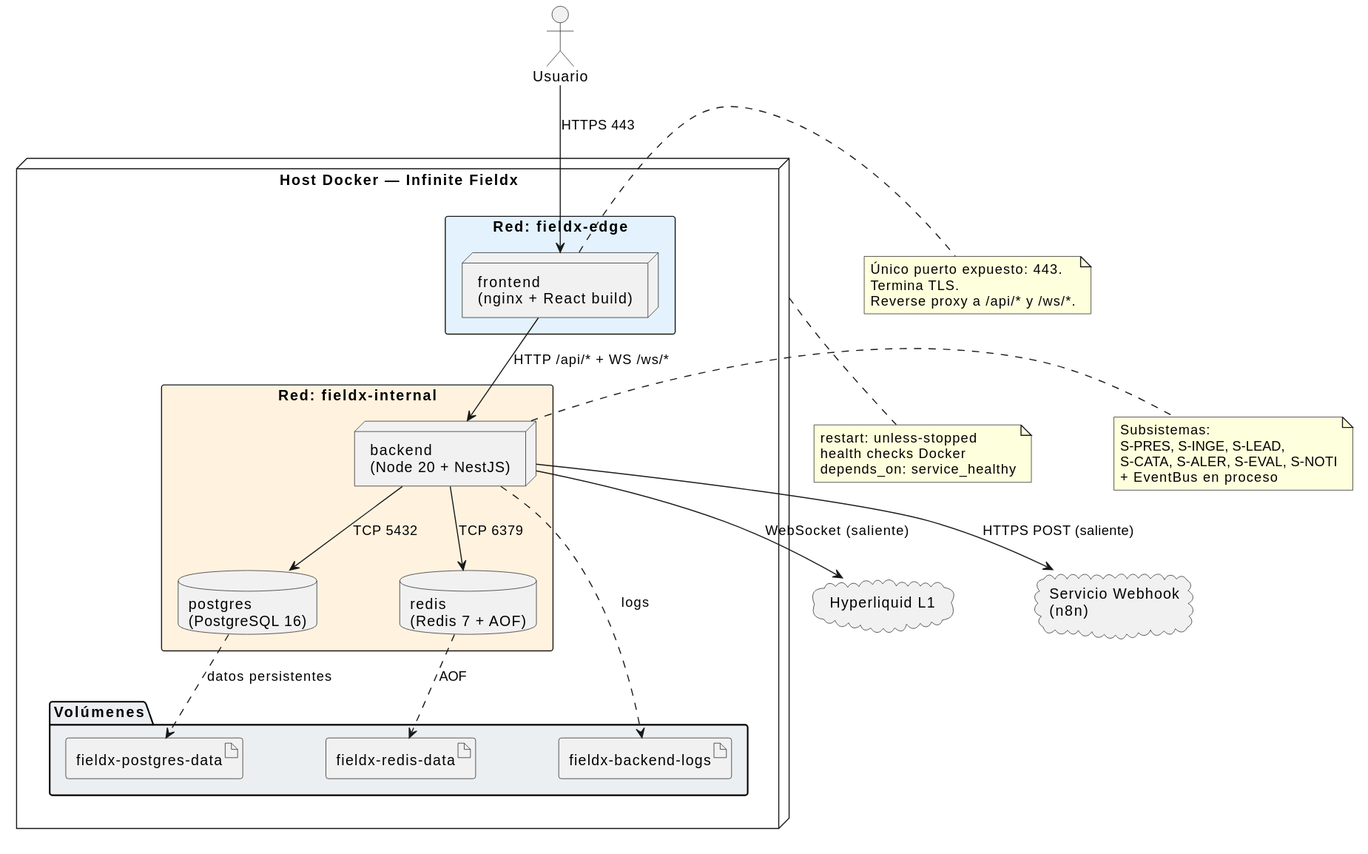
Before: imagenes/capitulo3/diseno-despliegue.svg, a diagram exported from PlantUML (nekiiiiis/tfg).
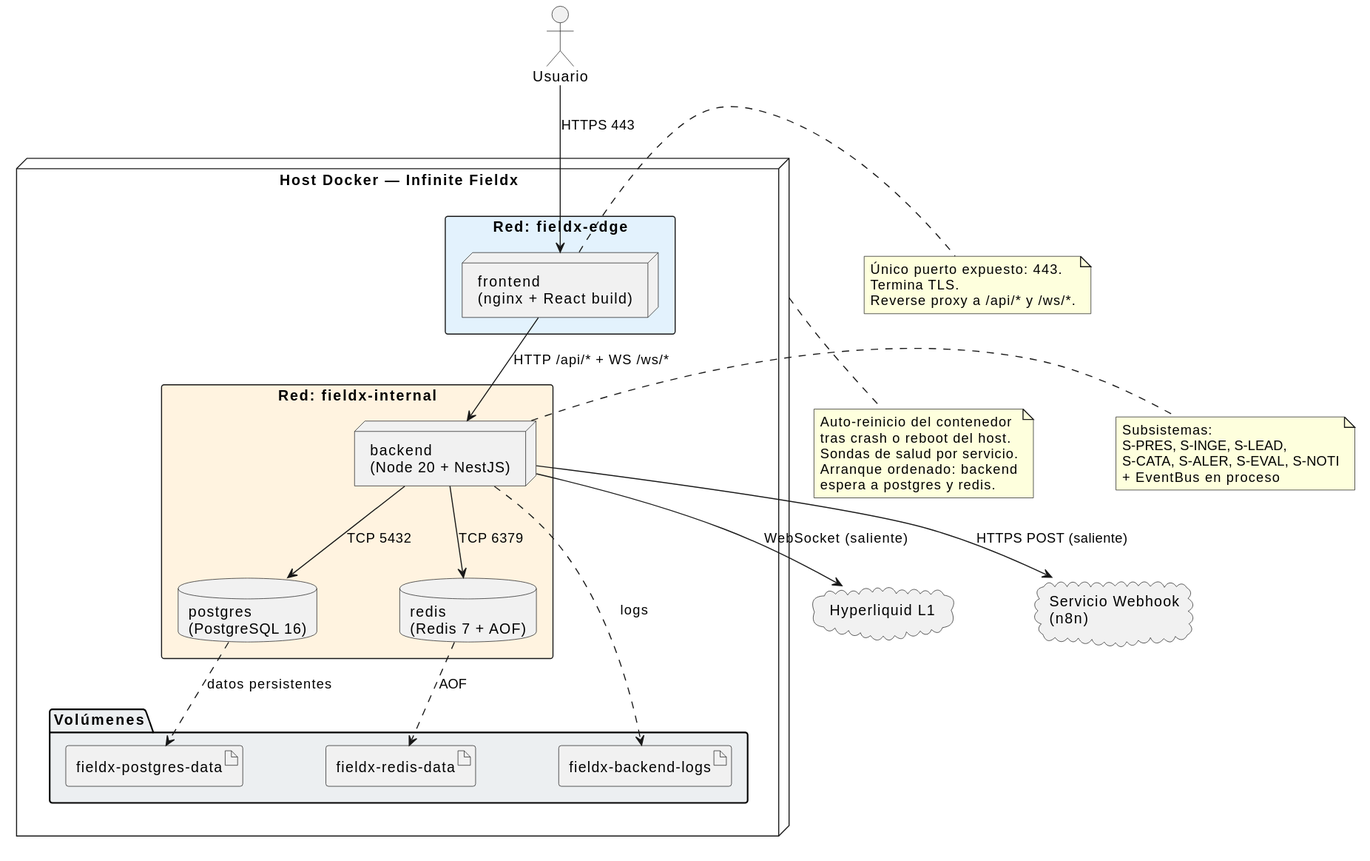
After the commit.

What changed in the source:
```diff
@@ -48,8 +48,10 @@
 end note
 
 note bottom of HOST
-  restart: unless-stopped
-  health checks Docker
-  depends_on: service_healthy
+  Auto-reinicio del contenedor
+  tras crash o reboot del host.
+  Sondas de salud por servicio.
+  Arranque ordenado: backend
+  espera a postgres y redis.
 end note
 @enduml
```
